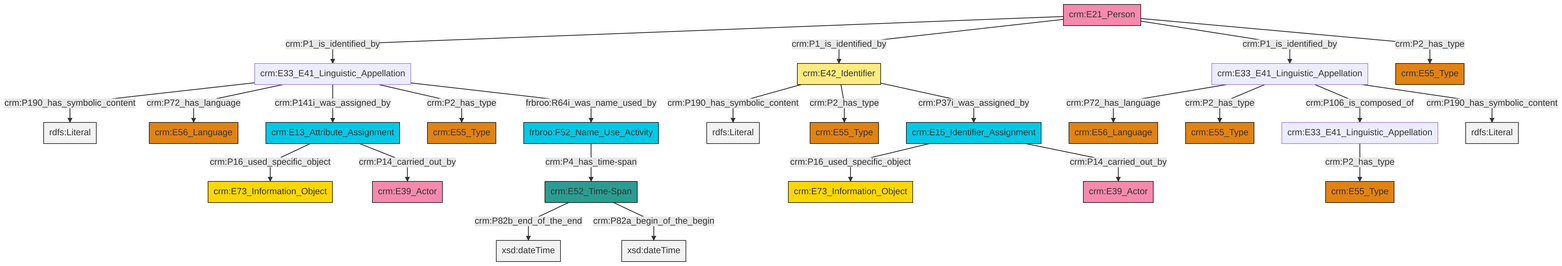
Before: et/personCSV/ttl/mmd/png/Person_Names_and_Classification.png, a diagram exported from Mermaid (swiss-art-research-net/docs.swissartresearch). Its source is kept beside it as et/personCSV/ttl/mmd/Person_Names_and_Classification.ttl.mmd.
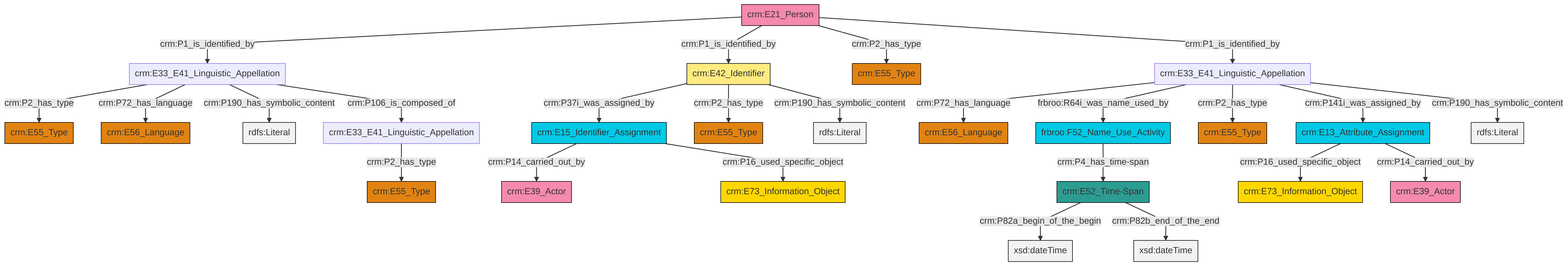
After the commit.

The edit, as a diff of the source:
```diff
@@ -13,27 +13,27 @@
 classDef PC_Classes fill:#4ce600, stroke:#000000;
 classDef Multi fill:#cccccc,stroke:#000000;
 
-2["crm:E33_E41_Linguistic_Appellation"]:::Default -->|crm:P2_has_type| 3["crm:E55_Type"]:::Type
-4["crm:E33_E41_Linguistic_Appellation"]:::Default -->|crm:P72_has_language| 5["crm:E56_Language"]:::Type
-8["crm:E15_Identifier_Assignment"]:::Temporal_Entity -->|crm:P16_used_specific_object| 0["crm:E73_Information_Object"]:::Conceptual_Object
-9["crm:E52_Time-Span"]:::Time-Span -->|crm:P82b_end_of_the_end| 10[xsd:dateTime]:::Literal
-4["crm:E33_E41_Linguistic_Appellation"]:::Default -->|crm:P2_has_type| 13["crm:E55_Type"]:::Type
-9["crm:E52_Time-Span"]:::Time-Span -->|crm:P82a_begin_of_the_begin| 14[xsd:dateTime]:::Literal
-15["crm:E13_Attribute_Assignment"]:::Temporal_Entity -->|crm:P16_used_specific_object| 16["crm:E73_Information_Object"]:::Conceptual_Object
-22["crm:E33_E41_Linguistic_Appellation"]:::Default -->|crm:P190_has_symbolic_content| 23[rdfs:Literal]:::Literal
-11["crm:E42_Identifier"]:::Appellation -->|crm:P190_has_symbolic_content| 24[rdfs:Literal]:::Literal
-22["crm:E33_E41_Linguistic_Appellation"]:::Default -->|crm:P72_has_language| 26["crm:E56_Language"]:::Type
-15["crm:E13_Attribute_Assignment"]:::Temporal_Entity -->|crm:P14_carried_out_by| 28["crm:E39_Actor"]:::Actor
-22["crm:E33_E41_Linguistic_Appellation"]:::Default -->|crm:P141i_was_assigned_by| 15["crm:E13_Attribute_Assignment"]:::Temporal_Entity
-30["crm:E21_Person"]:::Actor -->|crm:P1_is_identified_by| 22["crm:E33_E41_Linguistic_Appellation"]:::Default
-30["crm:E21_Person"]:::Actor -->|crm:P1_is_identified_by| 11["crm:E42_Identifier"]:::Appellation
-22["crm:E33_E41_Linguistic_Appellation"]:::Default -->|crm:P2_has_type| 17["crm:E55_Type"]:::Type
-11["crm:E42_Identifier"]:::Appellation -->|crm:P2_has_type| 6["crm:E55_Type"]:::Type
-30["crm:E21_Person"]:::Actor -->|crm:P1_is_identified_by| 4["crm:E33_E41_Linguistic_Appellation"]:::Default
-22["crm:E33_E41_Linguistic_Appellation"]:::Default -->|frbroo:R64i_was_name_used_by| 31["frbroo:F52_Name_Use_Activity"]:::Temporal_Entity
-11["crm:E42_Identifier"]:::Appellation -->|crm:P37i_was_assigned_by| 8["crm:E15_Identifier_Assignment"]:::Temporal_Entity
-30["crm:E21_Person"]:::Actor -->|crm:P2_has_type| 19["crm:E55_Type"]:::Type
-31["frbroo:F52_Name_Use_Activity"]:::Temporal_Entity -->|crm:P4_has_time-span| 9["crm:E52_Time-Span"]:::Time-Span
-4["crm:E33_E41_Linguistic_Appellation"]:::Default -->|crm:P106_is_composed_of| 2["crm:E33_E41_Linguistic_Appellation"]:::Default
-8["crm:E15_Identifier_Assignment"]:::Temporal_Entity -->|crm:P14_carried_out_by| 42["crm:E39_Actor"]:::Actor
-4["crm:E33_E41_Linguistic_Appellation"]:::Default -->|crm:P190_has_symbolic_content| 46[rdfs:Literal]:::Literal
+0["crm:E21_Person"]:::Actor -->|crm:P1_is_identified_by| 1["crm:E33_E41_Linguistic_Appellation"]:::Default
+0["crm:E21_Person"]:::Actor -->|crm:P1_is_identified_by| 2["crm:E42_Identifier"]:::Appellation
+0["crm:E21_Person"]:::Actor -->|crm:P2_has_type| 3["crm:E55_Type"]:::Type
+6["crm:E13_Attribute_Assignment"]:::Temporal_Entity -->|crm:P16_used_specific_object| 7["crm:E73_Information_Object"]:::Conceptual_Object
+4["crm:E52_Time-Span"]:::Time-Span -->|crm:P82a_begin_of_the_begin| 9[xsd:dateTime]:::Literal
+1["crm:E33_E41_Linguistic_Appellation"]:::Default -->|crm:P2_has_type| 10["crm:E55_Type"]:::Type
+21["frbroo:F52_Name_Use_Activity"]:::Temporal_Entity -->|crm:P4_has_time-span| 4["crm:E52_Time-Span"]:::Time-Span
+2["crm:E42_Identifier"]:::Appellation -->|crm:P37i_was_assigned_by| 22["crm:E15_Identifier_Assignment"]:::Temporal_Entity
+4["crm:E52_Time-Span"]:::Time-Span -->|crm:P82b_end_of_the_end| 23[xsd:dateTime]:::Literal
+22["crm:E15_Identifier_Assignment"]:::Temporal_Entity -->|crm:P14_carried_out_by| 24["crm:E39_Actor"]:::Actor
+13["crm:E33_E41_Linguistic_Appellation"]:::Default -->|crm:P72_has_language| 30["crm:E56_Language"]:::Type
+22["crm:E15_Identifier_Assignment"]:::Temporal_Entity -->|crm:P16_used_specific_object| 28["crm:E73_Information_Object"]:::Conceptual_Object
+6["crm:E13_Attribute_Assignment"]:::Temporal_Entity -->|crm:P14_carried_out_by| 34["crm:E39_Actor"]:::Actor
+19["crm:E33_E41_Linguistic_Appellation"]:::Default -->|crm:P2_has_type| 15["crm:E55_Type"]:::Type
+13["crm:E33_E41_Linguistic_Appellation"]:::Default -->|frbroo:R64i_was_name_used_by| 21["frbroo:F52_Name_Use_Activity"]:::Temporal_Entity
+13["crm:E33_E41_Linguistic_Appellation"]:::Default -->|crm:P2_has_type| 17["crm:E55_Type"]:::Type
+0["crm:E21_Person"]:::Actor -->|crm:P1_is_identified_by| 13["crm:E33_E41_Linguistic_Appellation"]:::Default
+1["crm:E33_E41_Linguistic_Appellation"]:::Default -->|crm:P72_has_language| 39["crm:E56_Language"]:::Type
+2["crm:E42_Identifier"]:::Appellation -->|crm:P2_has_type| 25["crm:E55_Type"]:::Type
+2["crm:E42_Identifier"]:::Appellation -->|crm:P190_has_symbolic_content| 40[rdfs:Literal]:::Literal
+13["crm:E33_E41_Linguistic_Appellation"]:::Default -->|crm:P141i_was_assigned_by| 6["crm:E13_Attribute_Assignment"]:::Temporal_Entity
+1["crm:E33_E41_Linguistic_Appellation"]:::Default -->|crm:P190_has_symbolic_content| 42[rdfs:Literal]:::Literal
+1["crm:E33_E41_Linguistic_Appellation"]:::Default -->|crm:P106_is_composed_of| 19["crm:E33_E41_Linguistic_Appellation"]:::Default
+13["crm:E33_E41_Linguistic_Appellation"]:::Default -->|crm:P190_has_symbolic_content| 43[rdfs:Literal]:::Literal
```
